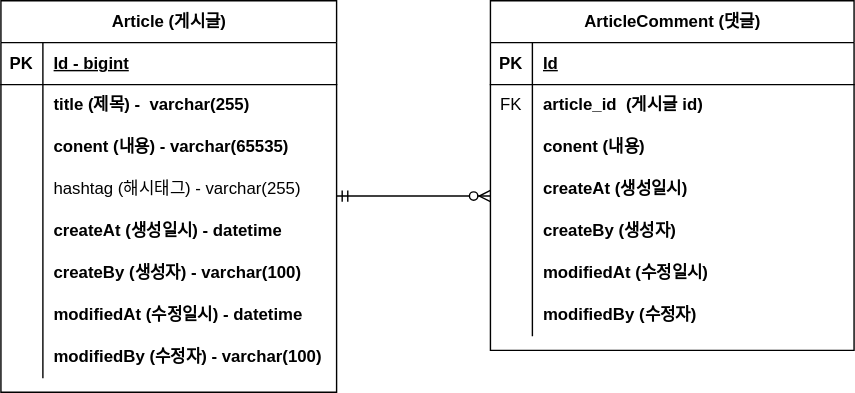
This is project-board-erd.drawio.svg from Jin-Tae/fastcompus-project-board, a draw.io export, as it was before one commit. Source tidied: cells renumbered, new cells last; positions are measured from the earlier drawing's top-left corner, leaving out a move shared by most shapes.
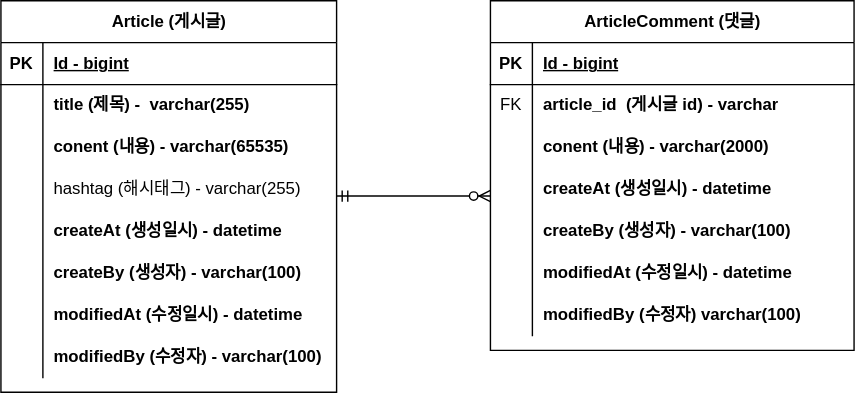
The same diagram one commit later.

Diff of the diagram source:
```diff
@@ -86,7 +86,7 @@
     <mxCell id="29" value="PK" style="shape=partialRectangle;fillColor=none;top=0;left=0;bottom=0;right=0;fontStyle=1;overflow=hidden;whiteSpace=wrap;html=1;" parent="28" vertex="1">
       <mxGeometry width="30" height="30" as="geometry" />
     </mxCell>
-    <mxCell id="30" value="Id" style="shape=partialRectangle;fillColor=none;top=0;left=0;bottom=0;right=0;align=left;spacingLeft=6;fontStyle=5;overflow=hidden;whiteSpace=wrap;html=1;" parent="28" vertex="1">
+    <mxCell id="30" value="Id - bigint" style="shape=partialRectangle;fillColor=none;top=0;left=0;bottom=0;right=0;align=left;spacingLeft=6;fontStyle=5;overflow=hidden;whiteSpace=wrap;html=1;" parent="28" vertex="1">
       <mxGeometry x="30" width="230" height="30" as="geometry" />
     </mxCell>
     <mxCell id="31" style="shape=tableRow;horizontal=0;startSize=0;swimlaneHead=0;swimlaneBody=0;fillColor=none;top=0;left=0;right=0;bottom=0;" parent="27" vertex="1">
@@ -95,7 +95,7 @@
     <mxCell id="32" value="FK" style="shape=partialRectangle;fillColor=none;top=0;left=0;bottom=0;right=0;overflow=hidden;whiteSpace=wrap;html=1;" parent="31" vertex="1">
       <mxGeometry width="30" height="30" as="geometry" />
     </mxCell>
-    <mxCell id="33" value="article_id&amp;nbsp; (게시글 id)" style="shape=partialRectangle;fillColor=none;top=0;left=0;bottom=0;right=0;align=left;spacingLeft=6;overflow=hidden;whiteSpace=wrap;html=1;fontStyle=1;" parent="31" vertex="1">
+    <mxCell id="33" value="article_id&amp;nbsp; (게시글 id) - varchar" style="shape=partialRectangle;fillColor=none;top=0;left=0;bottom=0;right=0;align=left;spacingLeft=6;overflow=hidden;whiteSpace=wrap;html=1;fontStyle=1;" parent="31" vertex="1">
       <mxGeometry x="30" width="230" height="30" as="geometry" />
     </mxCell>
     <mxCell id="34" style="shape=tableRow;horizontal=0;startSize=0;swimlaneHead=0;swimlaneBody=0;fillColor=none;top=0;left=0;right=0;bottom=0;" parent="27" vertex="1">
@@ -104,7 +104,7 @@
     <mxCell id="35" style="shape=partialRectangle;fillColor=none;top=0;left=0;bottom=0;right=0;overflow=hidden;whiteSpace=wrap;html=1;" parent="34" vertex="1">
       <mxGeometry width="30" height="30" as="geometry" />
     </mxCell>
-    <mxCell id="36" value="conent (내용)" style="shape=partialRectangle;fillColor=none;top=0;left=0;bottom=0;right=0;align=left;spacingLeft=6;overflow=hidden;whiteSpace=wrap;html=1;fontStyle=1;" parent="34" vertex="1">
+    <mxCell id="36" value="conent (내용) - varchar(2000)" style="shape=partialRectangle;fillColor=none;top=0;left=0;bottom=0;right=0;align=left;spacingLeft=6;overflow=hidden;whiteSpace=wrap;html=1;fontStyle=1;" parent="34" vertex="1">
       <mxGeometry x="30" width="230" height="30" as="geometry" />
     </mxCell>
     <mxCell id="37" style="shape=tableRow;horizontal=0;startSize=0;swimlaneHead=0;swimlaneBody=0;fillColor=none;top=0;left=0;right=0;bottom=0;" parent="27" vertex="1">
@@ -113,7 +113,7 @@
     <mxCell id="38" style="shape=partialRectangle;fillColor=none;top=0;left=0;bottom=0;right=0;overflow=hidden;whiteSpace=wrap;html=1;" parent="37" vertex="1">
       <mxGeometry width="30" height="30" as="geometry" />
     </mxCell>
-    <mxCell id="39" value="createAt (생성일시)" style="shape=partialRectangle;fillColor=none;top=0;left=0;bottom=0;right=0;align=left;spacingLeft=6;overflow=hidden;whiteSpace=wrap;html=1;fontStyle=1;" parent="37" vertex="1">
+    <mxCell id="39" value="createAt (생성일시) - datetime" style="shape=partialRectangle;fillColor=none;top=0;left=0;bottom=0;right=0;align=left;spacingLeft=6;overflow=hidden;whiteSpace=wrap;html=1;fontStyle=1;" parent="37" vertex="1">
       <mxGeometry x="30" width="230" height="30" as="geometry" />
     </mxCell>
     <mxCell id="40" style="shape=tableRow;horizontal=0;startSize=0;swimlaneHead=0;swimlaneBody=0;fillColor=none;top=0;left=0;right=0;bottom=0;" parent="27" vertex="1">
@@ -122,7 +122,7 @@
     <mxCell id="41" style="shape=partialRectangle;fillColor=none;top=0;left=0;bottom=0;right=0;overflow=hidden;whiteSpace=wrap;html=1;" parent="40" vertex="1">
       <mxGeometry width="30" height="30" as="geometry" />
     </mxCell>
-    <mxCell id="42" value="createBy (생성자)" style="shape=partialRectangle;fillColor=none;top=0;left=0;bottom=0;right=0;align=left;spacingLeft=6;overflow=hidden;whiteSpace=wrap;html=1;fontStyle=1;" parent="40" vertex="1">
+    <mxCell id="42" value="createBy (생성자) - varchar(100)" style="shape=partialRectangle;fillColor=none;top=0;left=0;bottom=0;right=0;align=left;spacingLeft=6;overflow=hidden;whiteSpace=wrap;html=1;fontStyle=1;" parent="40" vertex="1">
       <mxGeometry x="30" width="230" height="30" as="geometry" />
     </mxCell>
     <mxCell id="43" style="shape=tableRow;horizontal=0;startSize=0;swimlaneHead=0;swimlaneBody=0;fillColor=none;top=0;left=0;right=0;bottom=0;" parent="27" vertex="1">
@@ -131,7 +131,7 @@
     <mxCell id="44" style="shape=partialRectangle;fillColor=none;top=0;left=0;bottom=0;right=0;overflow=hidden;whiteSpace=wrap;html=1;" parent="43" vertex="1">
       <mxGeometry width="30" height="30" as="geometry" />
     </mxCell>
-    <mxCell id="45" value="modifiedAt (수정일시)" style="shape=partialRectangle;fillColor=none;top=0;left=0;bottom=0;right=0;align=left;spacingLeft=6;overflow=hidden;whiteSpace=wrap;html=1;fontStyle=1;" parent="43" vertex="1">
+    <mxCell id="45" value="modifiedAt (수정일시) - datetime" style="shape=partialRectangle;fillColor=none;top=0;left=0;bottom=0;right=0;align=left;spacingLeft=6;overflow=hidden;whiteSpace=wrap;html=1;fontStyle=1;" parent="43" vertex="1">
       <mxGeometry x="30" width="230" height="30" as="geometry" />
     </mxCell>
     <mxCell id="46" style="shape=tableRow;horizontal=0;startSize=0;swimlaneHead=0;swimlaneBody=0;fillColor=none;top=0;left=0;right=0;bottom=0;" parent="27" vertex="1">
@@ -140,7 +140,7 @@
     <mxCell id="47" style="shape=partialRectangle;fillColor=none;top=0;left=0;bottom=0;right=0;overflow=hidden;whiteSpace=wrap;html=1;" parent="46" vertex="1">
       <mxGeometry width="30" height="30" as="geometry" />
     </mxCell>
-    <mxCell id="48" value="modifiedBy (수정자)" style="shape=partialRectangle;fillColor=none;top=0;left=0;bottom=0;right=0;align=left;spacingLeft=6;overflow=hidden;whiteSpace=wrap;html=1;fontStyle=1;" parent="46" vertex="1">
+    <mxCell id="48" value="modifiedBy (수정자) varchar(100)" style="shape=partialRectangle;fillColor=none;top=0;left=0;bottom=0;right=0;align=left;spacingLeft=6;overflow=hidden;whiteSpace=wrap;html=1;fontStyle=1;" parent="46" vertex="1">
       <mxGeometry x="30" width="230" height="30" as="geometry" />
     </mxCell>
     <mxCell id="49" style="edgeStyle=entityRelationEdgeStyle;fontSize=12;html=1;endArrow=ERzeroToMany;startArrow=ERmandOne;rounded=0;exitX=1;exitY=0.5;exitDx=0;exitDy=0;entryX=0;entryY=0.5;entryDx=0;entryDy=0;" parent="1" edge="1">
```
